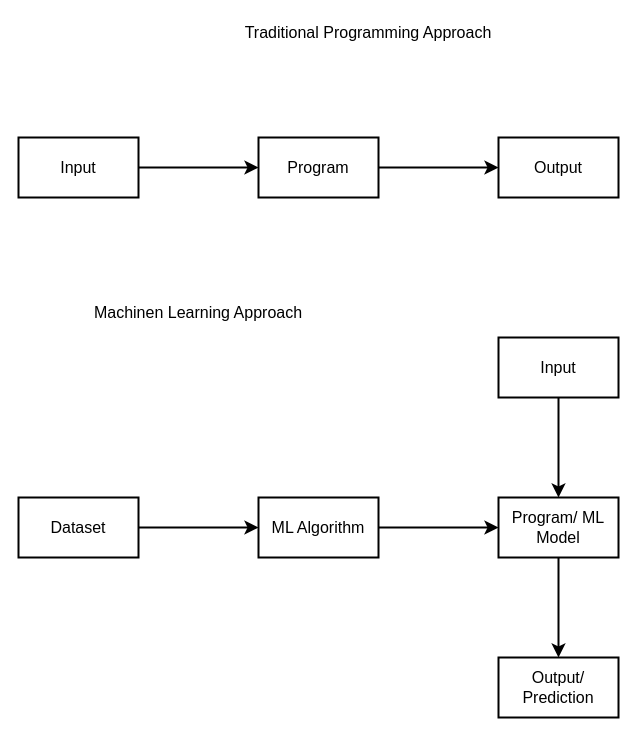
mzndnes/resume keeps this draw.io diagram as ML intro.drawio. Above is the earlier version. Source tidied: cells renumbered, new cells numbered last; positions are measured from the earlier drawing's top-left corner, leaving out a move shared by most shapes. Both pictures are drawn from the tidied source at 100%, with x=0, y=0 at pixel (18, 17).
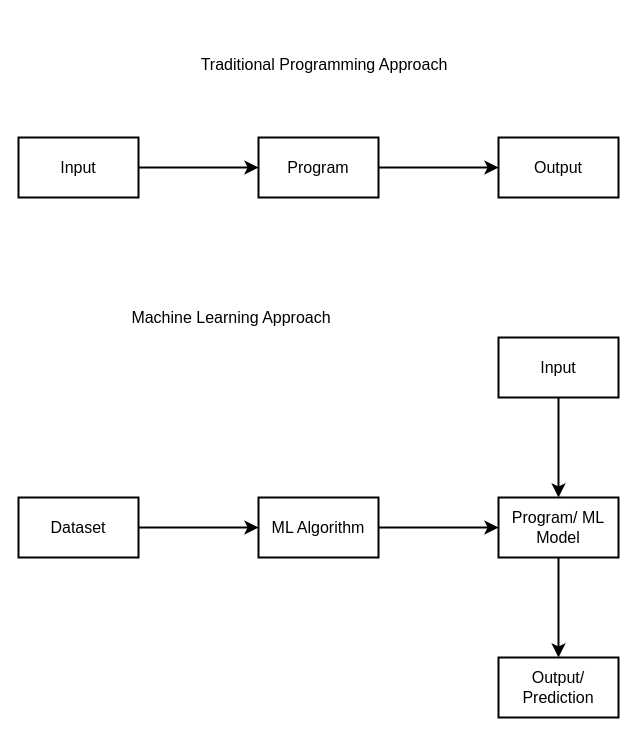
After the change.

What changed in the source:
```diff
@@
 <mxGraphModel>
   <root>
     <mxCell id="0" />
     <mxCell id="1" parent="0" />
     <mxCell id="2" style="edgeStyle=none;curved=1;rounded=0;jettySize=auto;html=1;fontSize=12;startSize=8;endSize=8;strokeWidth=2;" parent="1" edge="1" source="3" target="6">
       <mxGeometry relative="1" as="geometry" />
     </mxCell>
     <mxCell id="3" value="Program" style="rounded=0;whiteSpace=wrap;html=1;strokeWidth=2;fontSize=16;" parent="1" vertex="1">
       <mxGeometry x="240" y="120" width="120" height="60" as="geometry" />
     </mxCell>
     <mxCell id="4" style="edgeStyle=none;curved=1;rounded=0;jettySize=auto;html=1;fontSize=12;startSize=8;endSize=8;strokeWidth=2;" parent="1" edge="1" source="5" target="12">
       <mxGeometry relative="1" as="geometry" />
     </mxCell>
     <mxCell id="5" value="ML Algorithm" style="rounded=0;whiteSpace=wrap;html=1;strokeWidth=2;fontSize=16;" parent="1" vertex="1">
       <mxGeometry x="240" y="480" width="120" height="60" as="geometry" />
     </mxCell>
     <mxCell id="6" value="Output" style="rounded=0;whiteSpace=wrap;html=1;strokeWidth=2;fontSize=16;" parent="1" vertex="1">
       <mxGeometry x="480" y="120" width="120" height="60" as="geometry" />
     </mxCell>
     <mxCell id="7" style="edgeStyle=none;curved=1;rounded=0;jettySize=auto;html=1;fontSize=12;startSize=8;endSize=8;strokeWidth=2;" parent="1" edge="1" source="8" target="3">
       <mxGeometry relative="1" as="geometry" />
     </mxCell>
     <mxCell id="8" value="Input" style="rounded=0;whiteSpace=wrap;html=1;strokeWidth=2;fontSize=16;" parent="1" vertex="1">
       <mxGeometry y="120" width="120" height="60" as="geometry" />
     </mxCell>
     <mxCell id="9" style="edgeStyle=none;curved=1;rounded=0;jettySize=auto;html=1;fontSize=12;startSize=8;endSize=8;strokeWidth=2;" parent="1" edge="1" source="10" target="5">
       <mxGeometry relative="1" as="geometry" />
     </mxCell>
     <mxCell id="10" value="Dataset" style="rounded=0;whiteSpace=wrap;html=1;strokeWidth=2;fontSize=16;" parent="1" vertex="1">
       <mxGeometry y="480" width="120" height="60" as="geometry" />
     </mxCell>
     <mxCell id="11" style="edgeStyle=none;curved=1;rounded=0;jettySize=auto;html=1;fontSize=12;startSize=8;endSize=8;strokeWidth=2;" parent="1" edge="1" source="12" target="15">
       <mxGeometry relative="1" as="geometry" />
     </mxCell>
     <mxCell id="12" value="Program/ ML Model" style="rounded=0;whiteSpace=wrap;html=1;strokeWidth=2;fontSize=16;" parent="1" vertex="1">
       <mxGeometry x="480" y="480" width="120" height="60" as="geometry" />
     </mxCell>
     <mxCell id="13" style="edgeStyle=none;curved=1;rounded=0;jettySize=auto;html=1;fontSize=12;startSize=8;endSize=8;strokeWidth=2;" parent="1" edge="1" source="14" target="12">
       <mxGeometry relative="1" as="geometry" />
     </mxCell>
     <mxCell id="14" value="Input" style="rounded=0;whiteSpace=wrap;html=1;strokeWidth=2;fontSize=16;" parent="1" vertex="1">
       <mxGeometry x="480" y="320" width="120" height="60" as="geometry" />
     </mxCell>
     <mxCell id="15" value="Output/ Prediction" style="rounded=0;whiteSpace=wrap;html=1;strokeWidth=2;fontSize=16;" parent="1" vertex="1">
       <mxGeometry x="480" y="640" width="120" height="60" as="geometry" />
     </mxCell>
     <mxCell id="16" value="Traditional Programming Approach" style="text;html=1;whiteSpace=wrap;strokeColor=none;fillColor=none;align=center;verticalAlign=middle;rounded=0;fontSize=16;" parent="1" vertex="1">
-      <mxGeometry x="200" width="300" height="30" as="geometry" />
+      <mxGeometry x="156" y="32" width="300" height="30" as="geometry" />
     </mxCell>
-    <mxCell id="17" value="Machinen Learning Approach" style="text;html=1;whiteSpace=wrap;strokeColor=none;fillColor=none;align=center;verticalAlign=middle;rounded=0;fontSize=16;" parent="1" vertex="1">
-      <mxGeometry x="30" y="280" width="300" height="30" as="geometry" />
+    <mxCell id="17" value="Machine Learning Approach" style="text;html=1;whiteSpace=wrap;strokeColor=none;fillColor=none;align=center;verticalAlign=middle;rounded=0;fontSize=16;" parent="1" vertex="1">
+      <mxGeometry x="63" y="285" width="300" height="30" as="geometry" />
     </mxCell>
   </root>
 </mxGraphModel>
```
